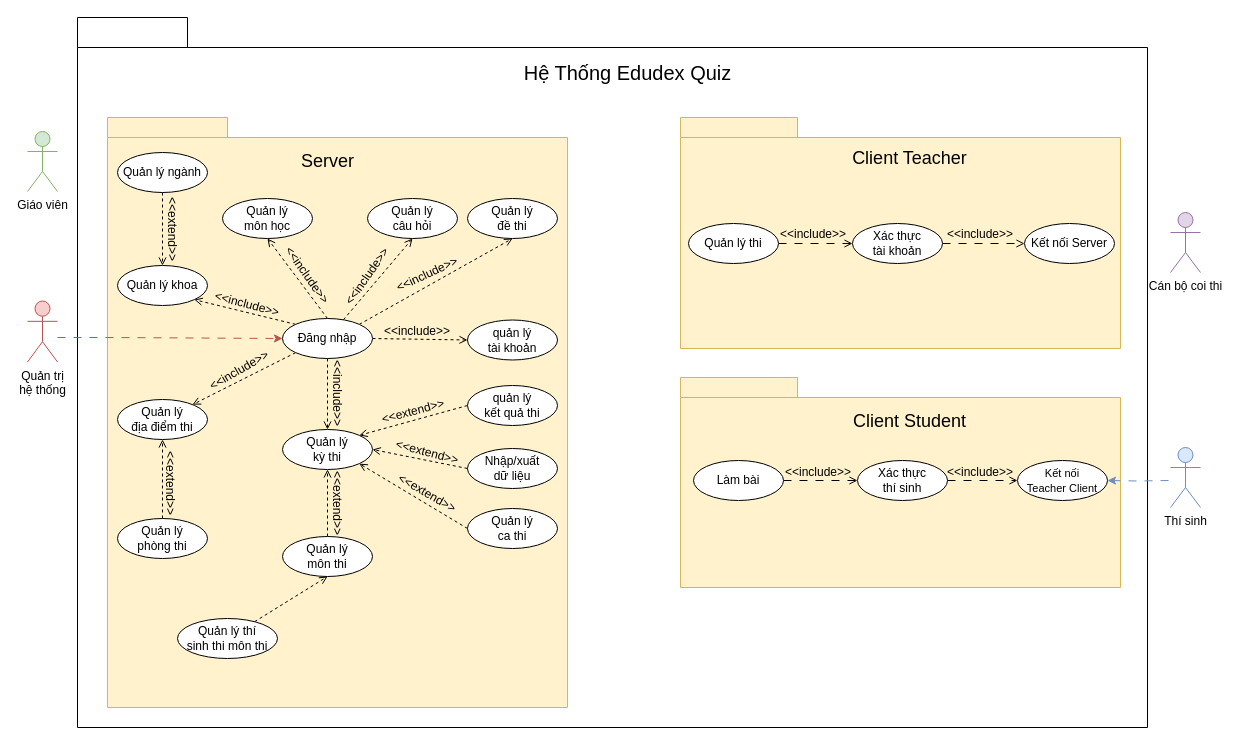
Before: document/temp/draw/usecase_tong_quat.drawio in copecute/Edudex-Quiz, a draw.io diagram. Source tidied: cells renumbered, new cells numbered last; positions are measured from the earlier drawing's top-left corner, leaving out a move shared by most shapes. Both pictures are drawn from the tidied source at 100%, with x=0, y=0 at pixel (27, 17).
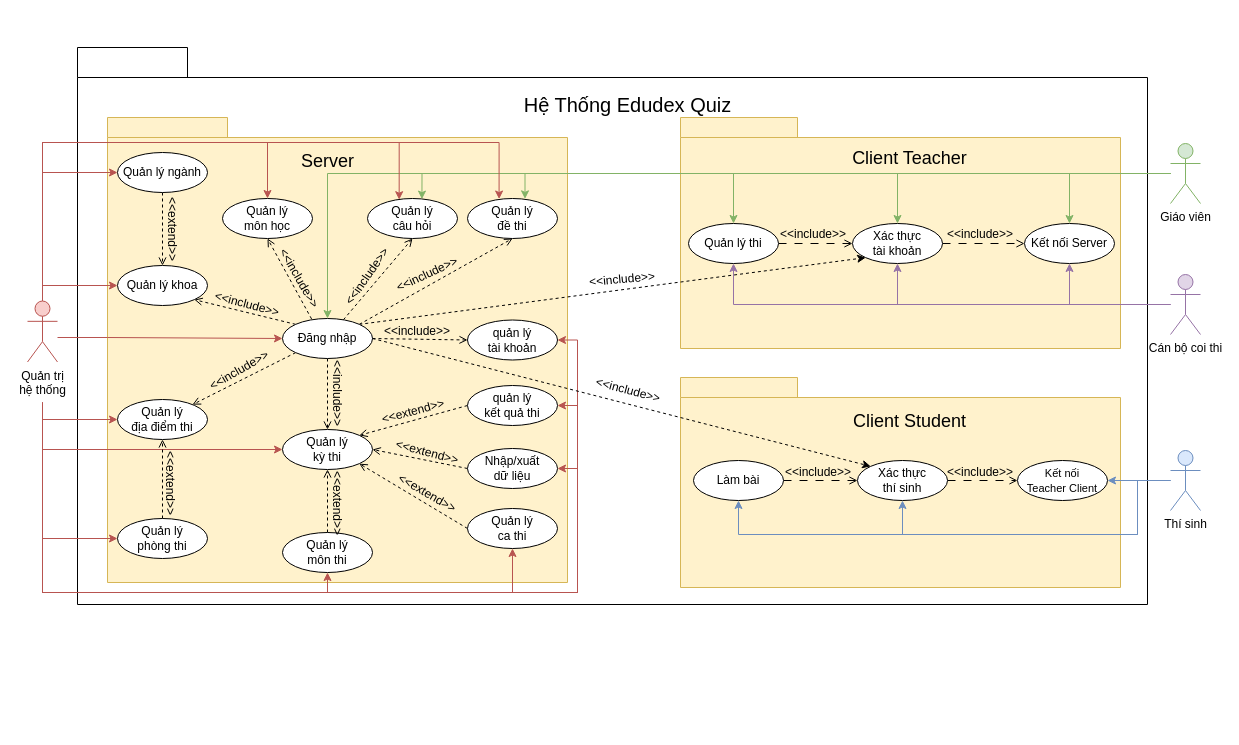
After the change.

Commit message (it also covers changes not shown here):
Docs: Sửa đổi usecase_tong_quat.drawio thêm quan hệ actor, UC

Unchanged cells that the change refers to:
```xml
<mxCell id="6" value="Quản trị&lt;br&gt;hệ thống" style="shape=umlActor;verticalLabelPosition=bottom;verticalAlign=top;html=1;outlineConnect=0;fillColor=#f8cecc;strokeColor=#b85450;" parent="1" vertex="1">
  <mxGeometry y="283.5" width="30" height="61" as="geometry" />
</mxCell>
<mxCell id="15" value="Đăng nhập" style="ellipse;whiteSpace=wrap;html=1;" parent="1" vertex="1">
  <mxGeometry x="255" y="301" width="90" height="40" as="geometry" />
</mxCell>
<mxCell id="16" value="&lt;font style=&quot;font-size: 12px;&quot;&gt;quản lý&lt;br style=&quot;border-color: var(--border-color);&quot;&gt;tài khoản&lt;/font&gt;" style="ellipse;whiteSpace=wrap;html=1;" parent="1" vertex="1">
  <mxGeometry x="440" y="302.5" width="90" height="40" as="geometry" />
</mxCell>
<mxCell id="23" value="&lt;font style=&quot;font-size: 11px;&quot;&gt;Kết nối&lt;br&gt;Teacher Client&lt;/font&gt;" style="ellipse;whiteSpace=wrap;html=1;" parent="1" vertex="1">
  <mxGeometry x="990" y="443" width="90" height="40" as="geometry" />
</mxCell>
<mxCell id="25" value="Xác thực&lt;br&gt;thí sinh" style="ellipse;whiteSpace=wrap;html=1;" parent="1" vertex="1">
  <mxGeometry x="830" y="443" width="90" height="40" as="geometry" />
</mxCell>
<mxCell id="27" value="Làm bài" style="ellipse;whiteSpace=wrap;html=1;" parent="1" vertex="1">
  <mxGeometry x="666" y="443" width="90" height="40" as="geometry" />
</mxCell>
<mxCell id="30" value="Kết nối Server" style="ellipse;whiteSpace=wrap;html=1;" parent="1" vertex="1">
  <mxGeometry x="997" y="206" width="90" height="40" as="geometry" />
</mxCell>
<mxCell id="32" value="Xác thực&lt;br&gt;tài khoản" style="ellipse;whiteSpace=wrap;html=1;" parent="1" vertex="1">
  <mxGeometry x="825" y="206" width="90" height="40" as="geometry" />
</mxCell>
<mxCell id="34" value="Quản lý thi" style="ellipse;whiteSpace=wrap;html=1;" parent="1" vertex="1">
  <mxGeometry x="661" y="206" width="90" height="40" as="geometry" />
</mxCell>
<mxCell id="39" value="Quản lý khoa" style="ellipse;whiteSpace=wrap;html=1;" parent="1" vertex="1">
  <mxGeometry x="90" y="248" width="90" height="40" as="geometry" />
</mxCell>
<mxCell id="41" value="Quản lý ngành" style="ellipse;whiteSpace=wrap;html=1;" parent="1" vertex="1">
  <mxGeometry x="90" y="135" width="90" height="40" as="geometry" />
</mxCell>
<mxCell id="42" value="Quản lý&lt;br&gt;môn học" style="ellipse;whiteSpace=wrap;html=1;" parent="1" vertex="1">
  <mxGeometry x="195" y="181" width="90" height="40" as="geometry" />
</mxCell>
<mxCell id="44" value="Quản lý&lt;br&gt;đề thi" style="ellipse;whiteSpace=wrap;html=1;" parent="1" vertex="1">
  <mxGeometry x="440" y="181" width="90" height="40" as="geometry" />
</mxCell>
<mxCell id="45" value="Quản lý&lt;br&gt;địa điểm thi" style="ellipse;whiteSpace=wrap;html=1;" parent="1" vertex="1">
  <mxGeometry x="90" y="382" width="90" height="40" as="geometry" />
</mxCell>
<mxCell id="47" value="Quản lý&lt;br&gt;phòng thi" style="ellipse;whiteSpace=wrap;html=1;" parent="1" vertex="1">
  <mxGeometry x="90" y="501" width="90" height="40" as="geometry" />
</mxCell>
<mxCell id="48" value="Quản lý&lt;br&gt;kỳ thi" style="ellipse;whiteSpace=wrap;html=1;" parent="1" vertex="1">
  <mxGeometry x="255" y="412" width="90" height="40" as="geometry" />
</mxCell>
<mxCell id="52" value="Quản lý&lt;br&gt;ca thi" style="ellipse;whiteSpace=wrap;html=1;" parent="1" vertex="1">
  <mxGeometry x="440" y="491" width="90" height="40" as="geometry" />
</mxCell>
<mxCell id="56" value="Nhập/xuất&lt;br&gt;dữ liệu" style="ellipse;whiteSpace=wrap;html=1;" parent="1" vertex="1">
  <mxGeometry x="440" y="431" width="90" height="40" as="geometry" />
</mxCell>
<mxCell id="60" value="&lt;font style=&quot;font-size: 12px;&quot;&gt;quản lý&lt;br style=&quot;border-color: var(--border-color);&quot;&gt;kết quả thi&lt;/font&gt;" style="ellipse;whiteSpace=wrap;html=1;" parent="1" vertex="1">
  <mxGeometry x="440" y="368" width="90" height="40" as="geometry" />
</mxCell>
```

Diff of the diagram source:
```diff
@@
     <mxCell id="2" style="shape=folder;fontStyle=1;spacingTop=10;tabWidth=110;tabHeight=30;tabPosition=left;html=1;whiteSpace=wrap;" parent="1" vertex="1">
-      <mxGeometry x="50" width="1070" height="710" as="geometry" />
+      <mxGeometry x="50" y="30" width="1070" height="557" as="geometry" />
     </mxCell>
@@
     <mxCell id="4" style="shape=folder;fontStyle=1;spacingTop=10;tabWidth=120;tabHeight=20;tabPosition=left;html=1;whiteSpace=wrap;fillColor=#fff2cc;strokeColor=#d6b656;" parent="1" vertex="1">
-      <mxGeometry x="80" y="100" width="460" height="590" as="geometry" />
+      <mxGeometry x="80" y="100" width="460" height="465" as="geometry" />
     </mxCell>
-    <mxCell id="5" style="edgeStyle=orthogonalEdgeStyle;rounded=0;jettySize=auto;html=1;entryX=0;entryY=0.5;entryDx=0;entryDy=0;dashed=1;dashPattern=8 8;fillColor=#f8cecc;strokeColor=#b85450;" parent="1" edge="1" source="6" target="15">
+    <mxCell id="5" style="edgeStyle=orthogonalEdgeStyle;rounded=0;jettySize=auto;html=1;entryX=0;entryY=0.5;entryDx=0;entryDy=0;fillColor=#f8cecc;strokeColor=#b85450;" parent="1" edge="1" source="6" target="15">
       <mxGeometry relative="1" as="geometry">
         <Array as="points">
           <mxPoint x="80" y="320" />
           <mxPoint x="80" y="320" />
         </Array>
       </mxGeometry>
     </mxCell>
+    <mxCell id="73" style="edgeStyle=orthogonalEdgeStyle;rounded=0;jettySize=auto;html=1;fillColor=#f8cecc;strokeColor=#b85450;" parent="1" edge="1" source="6" target="39">
+      <mxGeometry relative="1" as="geometry">
+        <Array as="points">
+          <mxPoint x="15" y="268" />
+        </Array>
+      </mxGeometry>
+    </mxCell>
+    <mxCell id="74" style="edgeStyle=orthogonalEdgeStyle;rounded=0;jettySize=auto;html=1;entryX=0;entryY=0.5;entryDx=0;entryDy=0;fillColor=#f8cecc;strokeColor=#b85450;" parent="1" edge="1" target="45">
+      <mxGeometry relative="1" as="geometry">
+        <mxPoint x="15" y="385" as="sourcePoint" />
+        <Array as="points">
+          <mxPoint x="15" y="402" />
+        </Array>
+      </mxGeometry>
+    </mxCell>
+    <mxCell id="75" style="edgeStyle=orthogonalEdgeStyle;rounded=0;jettySize=auto;html=1;entryX=0;entryY=0.5;entryDx=0;entryDy=0;fillColor=#f8cecc;strokeColor=#b85450;" parent="1" edge="1" source="6" target="41">
+      <mxGeometry relative="1" as="geometry">
+        <Array as="points">
+          <mxPoint x="15" y="155" />
+        </Array>
+      </mxGeometry>
+    </mxCell>
+    <mxCell id="76" style="edgeStyle=orthogonalEdgeStyle;rounded=0;jettySize=auto;html=1;entryX=0.5;entryY=0;entryDx=0;entryDy=0;fillColor=#f8cecc;strokeColor=#b85450;" parent="1" edge="1" source="6" target="42">
+      <mxGeometry relative="1" as="geometry">
+        <Array as="points">
+          <mxPoint x="15" y="125" />
+          <mxPoint x="240" y="125" />
+        </Array>
+      </mxGeometry>
+    </mxCell>
+    <mxCell id="77" style="edgeStyle=orthogonalEdgeStyle;rounded=0;jettySize=auto;html=1;entryX=0;entryY=0.5;entryDx=0;entryDy=0;fillColor=#f8cecc;strokeColor=#b85450;" parent="1" edge="1" target="47">
+      <mxGeometry relative="1" as="geometry">
+        <mxPoint x="15" y="395" as="sourcePoint" />
+        <Array as="points">
+          <mxPoint x="15" y="521" />
+        </Array>
+      </mxGeometry>
+    </mxCell>
+    <mxCell id="78" style="edgeStyle=orthogonalEdgeStyle;rounded=0;jettySize=auto;html=1;entryX=0;entryY=0.5;entryDx=0;entryDy=0;fillColor=#f8cecc;strokeColor=#b85450;" parent="1" edge="1" target="48">
+      <mxGeometry relative="1" as="geometry">
+        <mxPoint x="15" y="395" as="sourcePoint" />
+        <Array as="points">
+          <mxPoint x="15" y="432" />
+        </Array>
+      </mxGeometry>
+    </mxCell>
+    <mxCell id="79" style="edgeStyle=orthogonalEdgeStyle;rounded=0;jettySize=auto;html=1;entryX=0.5;entryY=1;entryDx=0;entryDy=0;fillColor=#f8cecc;strokeColor=#b85450;" parent="1" edge="1" target="50">
+      <mxGeometry relative="1" as="geometry">
+        <mxPoint x="15" y="385" as="sourcePoint" />
+        <Array as="points">
+          <mxPoint x="15" y="575" />
+          <mxPoint x="300" y="575" />
+        </Array>
+      </mxGeometry>
+    </mxCell>
+    <mxCell id="80" style="edgeStyle=orthogonalEdgeStyle;rounded=0;jettySize=auto;html=1;entryX=0.5;entryY=1;entryDx=0;entryDy=0;fillColor=#f8cecc;strokeColor=#b85450;" parent="1" edge="1" target="52">
+      <mxGeometry relative="1" as="geometry">
+        <mxPoint x="15" y="405" as="sourcePoint" />
+        <Array as="points">
+          <mxPoint x="15" y="575" />
+          <mxPoint x="485" y="575" />
+        </Array>
+      </mxGeometry>
+    </mxCell>
+    <mxCell id="81" style="edgeStyle=orthogonalEdgeStyle;rounded=0;jettySize=auto;html=1;entryX=1;entryY=0.5;entryDx=0;entryDy=0;fillColor=#f8cecc;strokeColor=#b85450;" parent="1" edge="1" target="56">
+      <mxGeometry relative="1" as="geometry">
+        <mxPoint x="15" y="385" as="sourcePoint" />
+        <Array as="points">
+          <mxPoint x="15" y="575" />
+          <mxPoint x="550" y="575" />
+          <mxPoint x="550" y="451" />
+        </Array>
+      </mxGeometry>
+    </mxCell>
+    <mxCell id="82" style="edgeStyle=orthogonalEdgeStyle;rounded=0;jettySize=auto;html=1;entryX=1;entryY=0.5;entryDx=0;entryDy=0;fillColor=#f8cecc;strokeColor=#b85450;" parent="1" edge="1" target="60">
+      <mxGeometry relative="1" as="geometry">
+        <mxPoint x="15" y="388" as="sourcePoint" />
+        <Array as="points">
+          <mxPoint x="15" y="575" />
+          <mxPoint x="550" y="575" />
+          <mxPoint x="550" y="388" />
+        </Array>
+      </mxGeometry>
+    </mxCell>
+    <mxCell id="83" style="edgeStyle=orthogonalEdgeStyle;rounded=0;jettySize=auto;html=1;entryX=1;entryY=0.5;entryDx=0;entryDy=0;fillColor=#f8cecc;strokeColor=#b85450;" parent="1" edge="1" target="16">
+      <mxGeometry relative="1" as="geometry">
+        <mxPoint x="15" y="385" as="sourcePoint" />
+        <Array as="points">
+          <mxPoint x="15" y="575" />
+          <mxPoint x="550" y="575" />
+          <mxPoint x="550" y="322" />
+        </Array>
+      </mxGeometry>
+    </mxCell>
@@
+    <mxCell id="84" style="edgeStyle=orthogonalEdgeStyle;rounded=0;jettySize=auto;html=1;entryX=0.5;entryY=0;entryDx=0;entryDy=0;fillColor=#d5e8d4;strokeColor=#82b366;" parent="1" edge="1" source="7" target="30">
+      <mxGeometry relative="1" as="geometry" />
+    </mxCell>
+    <mxCell id="85" style="edgeStyle=orthogonalEdgeStyle;rounded=0;jettySize=auto;html=1;entryX=0.5;entryY=0;entryDx=0;entryDy=0;fillColor=#d5e8d4;strokeColor=#82b366;" parent="1" edge="1" source="7" target="32">
+      <mxGeometry relative="1" as="geometry" />
+    </mxCell>
+    <mxCell id="86" style="edgeStyle=orthogonalEdgeStyle;rounded=0;jettySize=auto;html=1;entryX=0.5;entryY=0;entryDx=0;entryDy=0;fillColor=#d5e8d4;strokeColor=#82b366;" parent="1" edge="1" source="7" target="34">
+      <mxGeometry relative="1" as="geometry" />
+    </mxCell>
+    <mxCell id="87" style="edgeStyle=orthogonalEdgeStyle;rounded=0;jettySize=auto;html=1;entryX=0.639;entryY=0.009;entryDx=0;entryDy=0;fillColor=#d5e8d4;strokeColor=#82b366;entryPerimeter=0;" parent="1" edge="1" source="7" target="44">
+      <mxGeometry relative="1" as="geometry" />
+    </mxCell>
+    <mxCell id="88" style="edgeStyle=orthogonalEdgeStyle;rounded=0;jettySize=auto;html=1;entryX=0.605;entryY=0.015;entryDx=0;entryDy=0;fillColor=#d5e8d4;strokeColor=#82b366;entryPerimeter=0;" parent="1" edge="1" source="7" target="43">
+      <mxGeometry relative="1" as="geometry" />
+    </mxCell>
+    <mxCell id="89" style="edgeStyle=orthogonalEdgeStyle;rounded=0;jettySize=auto;html=1;entryX=0.5;entryY=0;entryDx=0;entryDy=0;fillColor=#d5e8d4;strokeColor=#82b366;" parent="1" edge="1" source="7" target="15">
+      <mxGeometry relative="1" as="geometry" />
+    </mxCell>
     <mxCell id="7" value="Giáo viên" style="shape=umlActor;verticalLabelPosition=bottom;verticalAlign=top;html=1;outlineConnect=0;fillColor=#d5e8d4;strokeColor=#82b366;" parent="1" vertex="1">
-      <mxGeometry y="114" width="30" height="60" as="geometry" />
+      <mxGeometry x="1143" y="126" width="30" height="60" as="geometry" />
     </mxCell>
@@
-    <mxCell id="11" style="rounded=0;jettySize=auto;html=1;exitX=0.5;exitY=0;exitDx=0;exitDy=0;entryX=0.5;entryY=1;entryDx=0;entryDy=0;dashed=1;endArrow=open;endFill=0;" parent="1" edge="1" source="15" target="42">
+    <mxCell id="11" style="rounded=0;jettySize=auto;html=1;exitX=0.323;exitY=0.011;exitDx=0;exitDy=0;entryX=0.5;entryY=1;entryDx=0;entryDy=0;dashed=1;endArrow=open;endFill=0;exitPerimeter=0;" parent="1" edge="1" source="15" target="42">
       <mxGeometry relative="1" as="geometry" />
     </mxCell>
@@
+    <mxCell id="90" style="rounded=0;jettySize=auto;html=1;exitX=1;exitY=0;exitDx=0;exitDy=0;entryX=0;entryY=1;entryDx=0;entryDy=0;dashed=1;" parent="1" edge="1" source="15" target="32">
+      <mxGeometry relative="1" as="geometry" />
+    </mxCell>
@@
-    <mxCell id="21" style="edgeStyle=orthogonalEdgeStyle;rounded=0;jettySize=auto;html=1;entryX=1;entryY=0.5;entryDx=0;entryDy=0;dashed=1;dashPattern=8 8;fillColor=#dae8fc;strokeColor=#6c8ebf;" parent="1" edge="1" target="23">
-      <mxGeometry relative="1" as="geometry">
-        <mxPoint x="1141" y="463" as="sourcePoint" />
-      </mxGeometry>
-    </mxCell>
+    <mxCell id="91" style="edgeStyle=orthogonalEdgeStyle;rounded=0;jettySize=auto;html=1;entryX=0.5;entryY=1;entryDx=0;entryDy=0;fillColor=#dae8fc;strokeColor=#6c8ebf;" parent="1" edge="1" source="22" target="25">
+      <mxGeometry relative="1" as="geometry">
+        <Array as="points">
+          <mxPoint x="1110" y="463" />
+          <mxPoint x="1110" y="517" />
+          <mxPoint x="875" y="517" />
+        </Array>
+      </mxGeometry>
+    </mxCell>
+    <mxCell id="92" style="edgeStyle=orthogonalEdgeStyle;rounded=0;jettySize=auto;html=1;entryX=0.5;entryY=1;entryDx=0;entryDy=0;fillColor=#dae8fc;strokeColor=#6c8ebf;" parent="1" edge="1" source="22" target="27">
+      <mxGeometry relative="1" as="geometry">
+        <Array as="points">
+          <mxPoint x="1110" y="463" />
+          <mxPoint x="1110" y="517" />
+          <mxPoint x="711" y="517" />
+        </Array>
+      </mxGeometry>
+    </mxCell>
+    <mxCell id="93" style="edgeStyle=orthogonalEdgeStyle;rounded=0;jettySize=auto;html=1;entryX=1;entryY=0.5;entryDx=0;entryDy=0;fillColor=#dae8fc;strokeColor=#6c8ebf;" parent="1" edge="1" source="22" target="23">
+      <mxGeometry relative="1" as="geometry" />
+    </mxCell>
     <mxCell id="22" value="Thí sinh" style="shape=umlActor;verticalLabelPosition=bottom;verticalAlign=top;html=1;outlineConnect=0;fillColor=#dae8fc;strokeColor=#6c8ebf;" parent="1" vertex="1">
-      <mxGeometry x="1143" y="430" width="30" height="60" as="geometry" />
+      <mxGeometry x="1143" y="433" width="30" height="60" as="geometry" />
     </mxCell>
@@
     <mxCell id="37" value="&lt;font style=&quot;font-size: 20px;&quot;&gt;Hệ Thống Edudex Quiz&lt;/font&gt;" style="text;html=1;strokeColor=none;fillColor=none;align=center;verticalAlign=middle;whiteSpace=wrap;rounded=0;fontSize=20;" parent="1" vertex="1">
-      <mxGeometry x="488.8" y="40" width="222.5" height="30" as="geometry" />
+      <mxGeometry x="488.8" y="72" width="222.5" height="30" as="geometry" />
     </mxCell>
@@
-    <mxCell id="43" value="Quản lý&lt;br&gt;câu hỏi" style="ellipse;whiteSpace=wrap;html=1;" parent="1" vertex="1">
-      <mxGeometry x="340" y="181" width="90" height="40" as="geometry" />
-    </mxCell>
@@
     <mxCell id="50" value="Quản lý&lt;br&gt;môn thi" style="ellipse;whiteSpace=wrap;html=1;" parent="1" vertex="1">
-      <mxGeometry x="255" y="519" width="90" height="40" as="geometry" />
+      <mxGeometry x="255" y="515" width="90" height="40" as="geometry" />
     </mxCell>
@@
-    <mxCell id="53" style="rounded=0;jettySize=auto;html=1;entryX=0.5;entryY=1;entryDx=0;entryDy=0;endArrow=open;endFill=0;dashed=1;" parent="1" edge="1" source="54" target="50">
-      <mxGeometry relative="1" as="geometry" />
-    </mxCell>
-    <mxCell id="54" value="Quản lý thí&lt;br&gt;sinh thi môn thi" style="ellipse;whiteSpace=wrap;html=1;" parent="1" vertex="1">
-      <mxGeometry x="150" y="601" width="100" height="40" as="geometry" />
-    </mxCell>
@@
-    <mxCell id="62" value="&lt;font style=&quot;font-size: 12px;&quot;&gt;&amp;lt;&amp;lt;include&amp;gt;&amp;gt;&lt;/font&gt;" style="text;html=1;strokeColor=none;fillColor=none;align=center;verticalAlign=middle;whiteSpace=wrap;rounded=0;rotation=55;fontSize=12;" parent="1" vertex="1">
-      <mxGeometry x="250" y="243" width="60" height="30" as="geometry" />
+    <mxCell id="62" value="&lt;font style=&quot;font-size: 12px;&quot;&gt;&amp;lt;&amp;lt;include&amp;gt;&amp;gt;&lt;/font&gt;" style="text;html=1;strokeColor=none;fillColor=none;align=center;verticalAlign=middle;whiteSpace=wrap;rounded=0;rotation=60;fontSize=12;" parent="1" vertex="1">
+      <mxGeometry x="242" y="246" width="60" height="30" as="geometry" />
     </mxCell>
@@
+    <mxCell id="94" style="edgeStyle=orthogonalEdgeStyle;rounded=0;jettySize=auto;html=1;fillColor=#e1d5e7;strokeColor=#9673a6;" parent="1" edge="1" source="68" target="30">
+      <mxGeometry relative="1" as="geometry" />
+    </mxCell>
+    <mxCell id="95" style="edgeStyle=orthogonalEdgeStyle;rounded=0;jettySize=auto;html=1;entryX=0.5;entryY=1;entryDx=0;entryDy=0;fillColor=#e1d5e7;strokeColor=#9673a6;" parent="1" edge="1" source="68" target="32">
+      <mxGeometry relative="1" as="geometry" />
+    </mxCell>
+    <mxCell id="96" style="edgeStyle=orthogonalEdgeStyle;rounded=0;jettySize=auto;html=1;entryX=0.5;entryY=1;entryDx=0;entryDy=0;fillColor=#e1d5e7;strokeColor=#9673a6;" parent="1" edge="1" source="68" target="34">
+      <mxGeometry relative="1" as="geometry" />
+    </mxCell>
     <mxCell id="68" value="Cán bộ coi thi" style="shape=umlActor;verticalLabelPosition=bottom;verticalAlign=top;html=1;outlineConnect=0;fillColor=#e1d5e7;strokeColor=#9673a6;" parent="1" vertex="1">
-      <mxGeometry x="1143" y="195" width="30" height="60" as="geometry" />
+      <mxGeometry x="1143" y="257" width="30" height="60" as="geometry" />
     </mxCell>
@@
+    <mxCell id="97" style="edgeStyle=orthogonalEdgeStyle;rounded=0;jettySize=auto;html=1;entryX=0.352;entryY=0.03;entryDx=0;entryDy=0;entryPerimeter=0;fillColor=#f8cecc;strokeColor=#b85450;" parent="1" edge="1" source="6" target="43">
+      <mxGeometry relative="1" as="geometry">
+        <Array as="points">
+          <mxPoint x="15" y="125" />
+          <mxPoint x="372" y="125" />
+        </Array>
+      </mxGeometry>
+    </mxCell>
+    <mxCell id="43" value="Quản lý&lt;br&gt;câu hỏi" style="ellipse;whiteSpace=wrap;html=1;" parent="1" vertex="1">
+      <mxGeometry x="340" y="181" width="90" height="40" as="geometry" />
+    </mxCell>
+    <mxCell id="98" style="edgeStyle=orthogonalEdgeStyle;rounded=0;jettySize=auto;html=1;entryX=0.351;entryY=0.013;entryDx=0;entryDy=0;entryPerimeter=0;fillColor=#f8cecc;strokeColor=#b85450;" parent="1" edge="1" source="6" target="44">
+      <mxGeometry relative="1" as="geometry">
+        <Array as="points">
+          <mxPoint x="15" y="125" />
+          <mxPoint x="472" y="125" />
+        </Array>
+      </mxGeometry>
+    </mxCell>
+    <mxCell id="99" value="&lt;font style=&quot;font-size: 12px;&quot;&gt;&amp;lt;&amp;lt;include&amp;gt;&amp;gt;&lt;/font&gt;" style="text;html=1;strokeColor=none;fillColor=none;align=center;verticalAlign=middle;whiteSpace=wrap;rounded=0;rotation=-5;fontSize=12;" parent="1" vertex="1">
+      <mxGeometry x="565" y="247" width="60" height="30" as="geometry" />
+    </mxCell>
+    <mxCell id="100" style="rounded=0;jettySize=auto;html=1;exitX=1;exitY=0.5;exitDx=0;exitDy=0;entryX=0;entryY=0;entryDx=0;entryDy=0;dashed=1;" parent="1" edge="1" source="15" target="25">
+      <mxGeometry relative="1" as="geometry" />
+    </mxCell>
+    <mxCell id="101" value="&lt;font style=&quot;font-size: 12px;&quot;&gt;&amp;lt;&amp;lt;include&amp;gt;&amp;gt;&lt;/font&gt;" style="text;html=1;strokeColor=none;fillColor=none;align=center;verticalAlign=middle;whiteSpace=wrap;rounded=0;rotation=15;fontSize=12;" parent="1" vertex="1">
+      <mxGeometry x="571" y="358" width="60" height="30" as="geometry" />
+    </mxCell>
```
